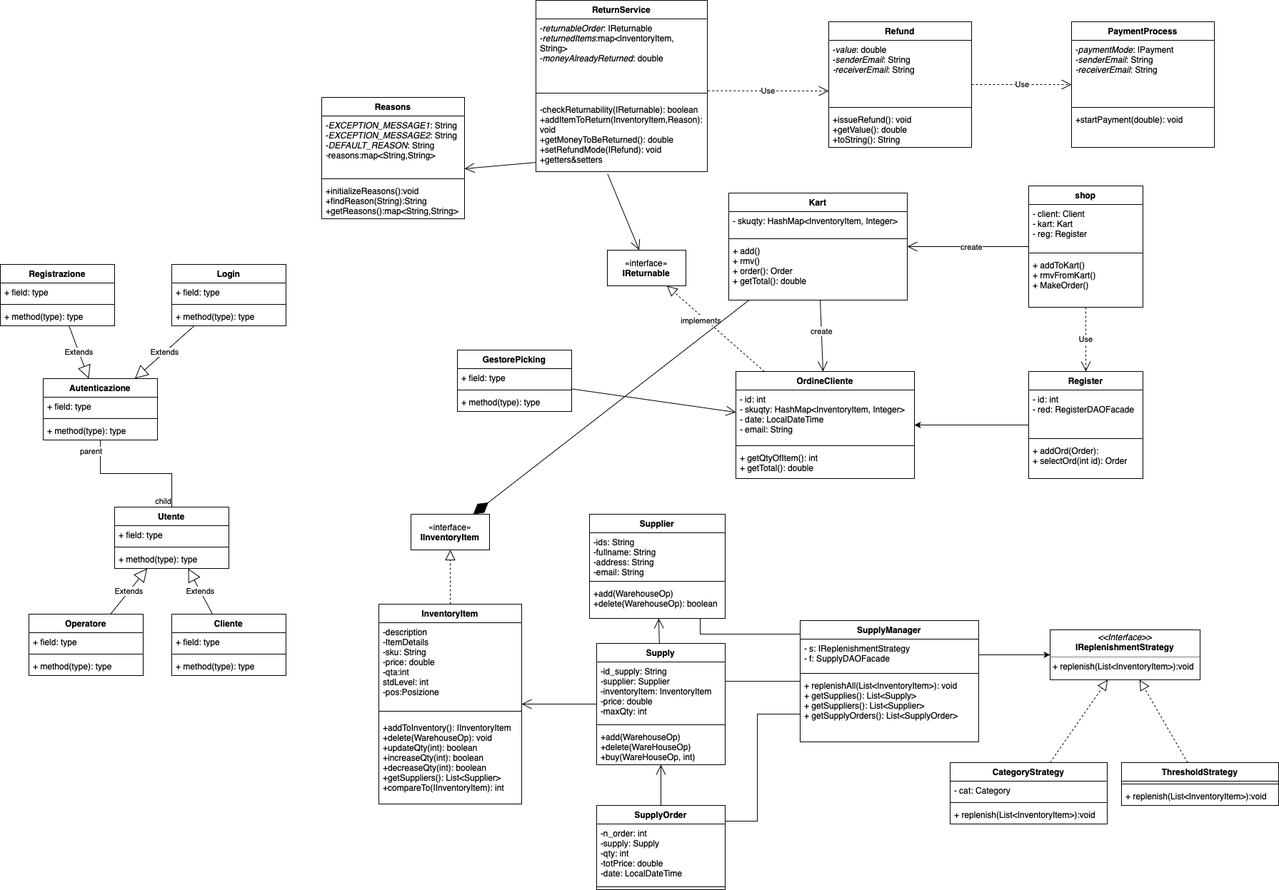
Above: doc/Diagramma delle classi/Diagramma delle classi _iterazione2.png in IngSW-unipv/Progetto-J24 (draw.io), before the change. Source tidied: cells renumbered, new cells last; positions are measured from the earlier drawing's top-left corner, leaving out a move shared by most shapes.
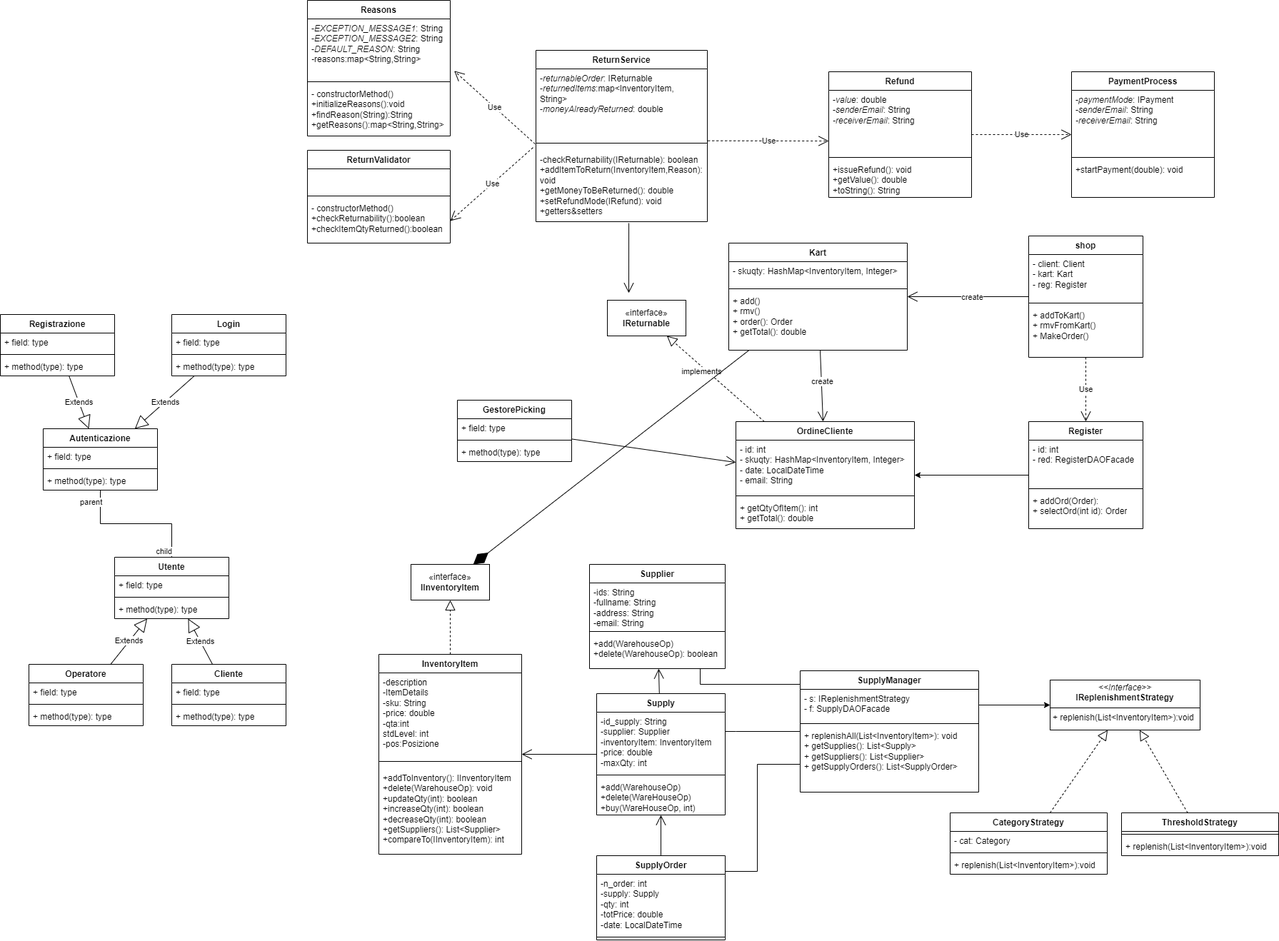
The same diagram one commit later.

Commit message:
Update Diagramma delle classi _iterazione2

What changed in the source:
```diff
@@ -76,15 +76,11 @@
     <mxCell id="25" value="implements" style="edgeLabel;html=1;align=center;verticalAlign=middle;" parent="24" vertex="1">
       <mxGeometry x="0.25" y="5" relative="1" as="geometry" />
     </mxCell>
-    <mxCell id="26" style="endArrow=open;endFill=1;endSize=12;html=1;rounded=0;exitX=0.418;exitY=1.031;exitDx=0;exitDy=0;exitPerimeter=0;" parent="1" edge="1" source="62" target="23">
-      <mxGeometry relative="1" as="geometry" />
+    <mxCell id="26" style="endArrow=open;endFill=1;endSize=12;html=1;rounded=0;exitX=0.542;exitY=1.02;exitDx=0;exitDy=0;exitPerimeter=0;" parent="1" edge="1" source="62">
+      <mxGeometry relative="1" as="geometry">
+        <mxPoint x="880" y="340" as="targetPoint" />
+      </mxGeometry>
     </mxCell>
-    <mxCell id="27" style="endArrow=open;endFill=1;endSize=12;html=1;rounded=0;" parent="1" edge="1">
-      <mxGeometry relative="1" as="geometry">
-        <mxPoint x="750" y="227.1" as="sourcePoint" />
-        <mxPoint x="650" y="235.9" as="targetPoint" />
-      </mxGeometry>
-    </mxCell>
     <mxCell id="28" value="Utente" style="swimlane;fontStyle=1;align=center;verticalAlign=top;horizontal=1;startSize=26;whiteSpace=wrap;html=1;" parent="1" vertex="1">
       <mxGeometry x="160" y="710" width="160" height="86" as="geometry" />
     </mxCell>
@@ -193,7 +189,7 @@
       <mxGeometry y="140" width="240" height="100" as="geometry" />
     </mxCell>
     <mxCell id="63" value="Reasons" style="swimlane;fontStyle=1;align=center;verticalAlign=top;horizontal=1;startSize=26;whiteSpace=wrap;html=1;" parent="1" vertex="1">
-      <mxGeometry x="450" y="136" width="200" height="170" as="geometry" />
+      <mxGeometry x="430" y="-70" width="200" height="190" as="geometry" />
     </mxCell>
     <mxCell id="64" value="&lt;div&gt;-&lt;i&gt;EXCEPTION_MESSAGE1&lt;/i&gt;: String&lt;/div&gt;&lt;div&gt;-&lt;i&gt;EXCEPTION_MESSAGE2&lt;/i&gt;: String&lt;br&gt;&lt;/div&gt;&lt;div&gt;-&lt;i&gt;DEFAULT_REASON&lt;/i&gt;: String&lt;br&gt;&lt;/div&gt;&lt;div&gt;&lt;div&gt;&lt;span style=&quot;background-color: initial;&quot;&gt;&lt;i&gt;-&lt;/i&gt;reasons:&lt;/span&gt;&lt;span style=&quot;background-color: initial;&quot;&gt;map&amp;lt;String,String&lt;/span&gt;&lt;span style=&quot;background-color: initial;&quot;&gt;&amp;gt;&lt;/span&gt;&lt;/div&gt;&lt;/div&gt;&lt;div&gt;&lt;br&gt;&lt;/div&gt;" style="text;strokeColor=none;fillColor=none;align=left;verticalAlign=top;spacingLeft=4;spacingRight=4;overflow=hidden;points=[[0,0.5],[1,0.5]];portConstraint=eastwest;whiteSpace=wrap;html=1;" parent="63" vertex="1">
       <mxGeometry y="26" width="200" height="84" as="geometry" />
@@ -201,8 +197,8 @@
     <mxCell id="65" style="line;strokeWidth=1;fillColor=none;align=left;verticalAlign=middle;spacingTop=-1;spacingLeft=3;spacingRight=3;labelPosition=right;strokeColor=inherit;" parent="63" vertex="1">
       <mxGeometry y="110" width="200" height="8" as="geometry" />
     </mxCell>
-    <mxCell id="66" value="+initializeReasons():void&lt;div&gt;+findReason(String):String&lt;/div&gt;&lt;div&gt;+getReasons():&lt;span style=&quot;background-color: initial;&quot;&gt;map&amp;lt;String,String&lt;/span&gt;&lt;span style=&quot;background-color: initial;&quot;&gt;&amp;gt;&lt;/span&gt;&lt;/div&gt;" style="text;strokeColor=none;fillColor=none;align=left;verticalAlign=top;spacingLeft=4;spacingRight=4;overflow=hidden;whiteSpace=wrap;html=1;" parent="63" vertex="1">
-      <mxGeometry y="118" width="200" height="52" as="geometry" />
+    <mxCell id="66" value="&lt;div&gt;- constructorMethod()&lt;br&gt;&lt;/div&gt;+initializeReasons():void&lt;div&gt;+findReason(String):String&lt;/div&gt;&lt;div&gt;+getReasons():&lt;span style=&quot;background-color: initial;&quot;&gt;map&amp;lt;String,String&lt;/span&gt;&lt;span style=&quot;background-color: initial;&quot;&gt;&amp;gt;&lt;/span&gt;&lt;/div&gt;" style="text;strokeColor=none;fillColor=none;align=left;verticalAlign=top;spacingLeft=4;spacingRight=4;overflow=hidden;whiteSpace=wrap;html=1;" parent="63" vertex="1">
+      <mxGeometry y="118" width="200" height="72" as="geometry" />
     </mxCell>
     <mxCell id="67" value="Use" style="endArrow=open;endSize=12;dashed=1;html=1;rounded=0;exitX=1.003;exitY=1.071;exitDx=0;exitDy=0;exitPerimeter=0;" parent="1" edge="1" source="60">
       <mxGeometry relative="1" as="geometry">
@@ -385,5 +381,23 @@
     <mxCell id="121" style="endArrow=diamondThin;endFill=1;endSize=24;html=1;rounded=0;" parent="1" edge="1" source="6" target="119">
       <mxGeometry relative="1" as="geometry" />
     </mxCell>
+    <mxCell id="122" value="Use" style="endArrow=open;endSize=12;dashed=1;html=1;rounded=0;exitX=-0.005;exitY=-0.089;exitDx=0;exitDy=0;exitPerimeter=0;entryX=1.028;entryY=0.867;entryDx=0;entryDy=0;entryPerimeter=0;" parent="1" edge="1" source="62" target="64">
+      <mxGeometry relative="1" as="geometry" />
+    </mxCell>
+    <mxCell id="123" value="ReturnValidator" style="swimlane;fontStyle=1;align=center;verticalAlign=top;horizontal=1;startSize=26;whiteSpace=wrap;html=1;" parent="1" vertex="1">
+      <mxGeometry x="430" y="140" width="200" height="130" as="geometry" />
+    </mxCell>
+    <mxCell id="124" value="&lt;div&gt;&lt;br&gt;&lt;/div&gt;" style="text;strokeColor=none;fillColor=none;align=left;verticalAlign=top;spacingLeft=4;spacingRight=4;overflow=hidden;whiteSpace=wrap;html=1;" parent="123" vertex="1">
+      <mxGeometry y="26" width="200" height="34" as="geometry" />
+    </mxCell>
+    <mxCell id="125" style="line;strokeWidth=1;fillColor=none;align=left;verticalAlign=middle;spacingTop=-1;spacingLeft=3;spacingRight=3;labelPosition=right;strokeColor=inherit;" parent="123" vertex="1">
+      <mxGeometry y="60" width="200" height="8" as="geometry" />
+    </mxCell>
+    <mxCell id="126" value="&lt;div&gt;- constructorMethod()&lt;/div&gt;+checkReturnability():boolean&lt;div&gt;+checkItemQtyReturned():boolean&lt;/div&gt;" style="text;strokeColor=none;fillColor=none;align=left;verticalAlign=top;spacingLeft=4;spacingRight=4;overflow=hidden;points=[[0,0.5],[1,0.5]];portConstraint=eastwest;whiteSpace=wrap;html=1;" parent="123" vertex="1">
+      <mxGeometry y="68" width="200" height="62" as="geometry" />
+    </mxCell>
+    <mxCell id="127" value="Use" style="endArrow=open;endSize=12;dashed=1;html=1;rounded=0;entryX=1;entryY=0.5;entryDx=0;entryDy=0;exitX=-0.017;exitY=-0.038;exitDx=0;exitDy=0;exitPerimeter=0;" parent="1" edge="1" source="62" target="126">
+      <mxGeometry relative="1" as="geometry" />
+    </mxCell>
   </root>
 </mxGraphModel>
```
